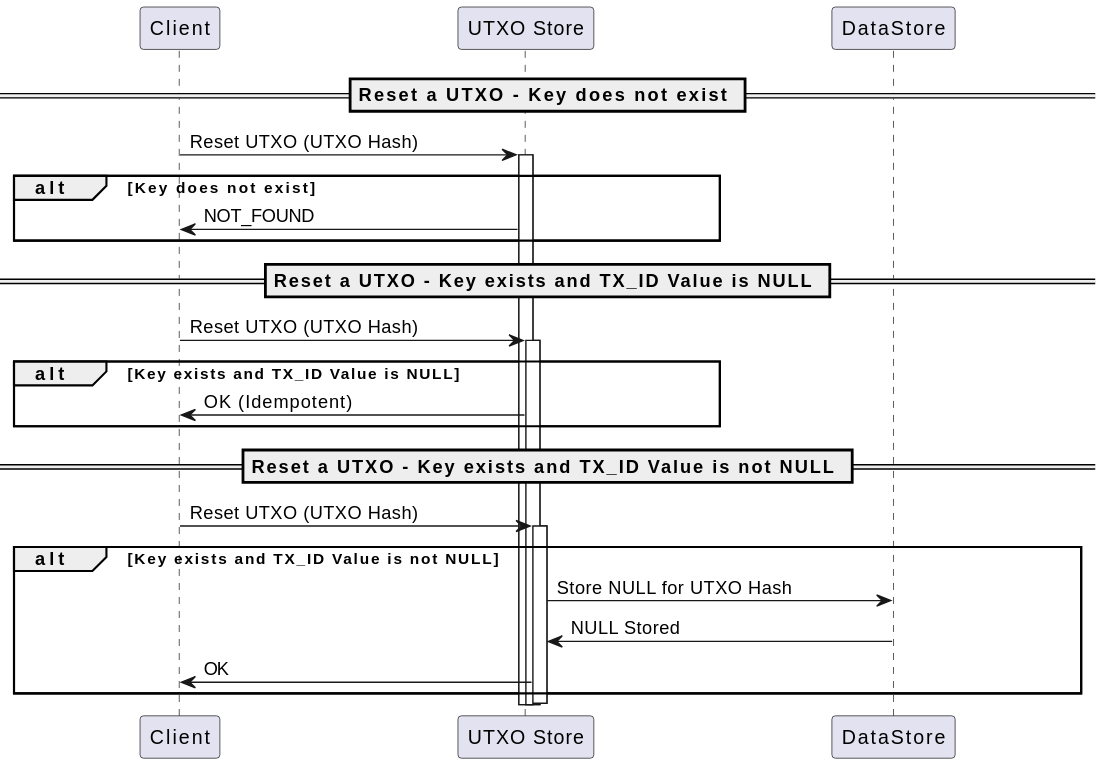
Above: docs/services/img/plantuml/utxo/utxo_unspend_process.svg in freemans13/teranode (PlantUML), before the change. Its source is kept beside it as docs/services/img/plantuml/utxo/utxo_unspend_process.puml. Source of this version:
```plantuml
@startuml

skinparam ParticipantPadding 80

participant "Client" as Client
participant "UTXO Store" as Store

== Reset a UTXO - Key does not exist ==

Client -> Store: Reset UTXO (UTXO Hash)
activate Store

alt Key does not exist
    Store -> Client: NOT_FOUND
end

== Reset a UTXO - Key exists and Value is NULL ==

Client -> Store: Reset UTXO (UTXO Hash)
activate Store

alt Key exists and Value is NULL
    Store -> Client: OK (Idempotent)
end

== Reset a UTXO - Key exists and Value is not NULL ==

Client -> Store: Reset UTXO (UTXO Hash)
activate Store

alt Key exists and Value is not NULL
    Store -> DataStore: Store NULL for UTXO Hash
    DataStore -> Store: NULL Stored
    Store -> Client: OK
end

deactivate Store
@enduml
```
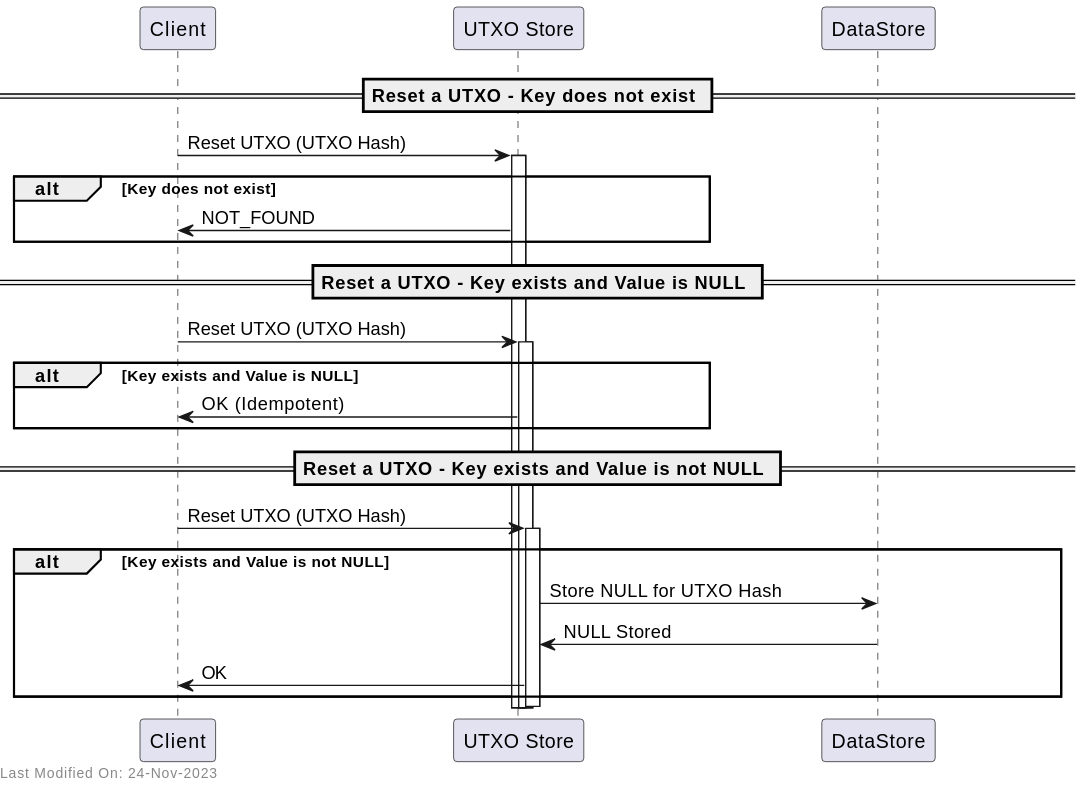
Above is the later version.

What changed in the source:
```diff
@@ -35,4 +35,7 @@
 end
 
 deactivate Store
+
+left footer Last Modified On: 24-Nov-2023
+
 @enduml
```
